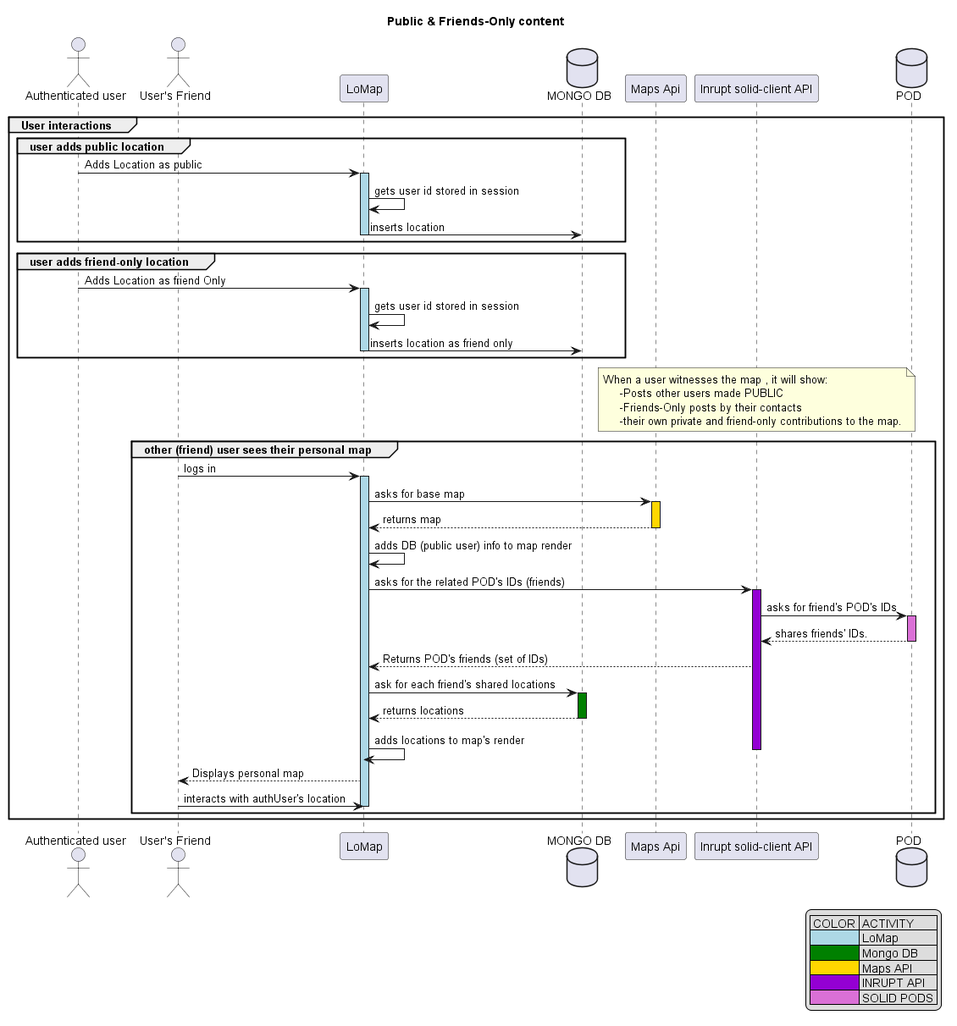
Earlier version of the PlantUML export docs/images/FriendsContent.png (Arquisoft/lomap_en3b). Source of this version:
```plantuml
@startuml
title  Public & Friends-Only content

actor "Authenticated user" as User
actor "User's Friend" as Friend
participant "LoMap"
database "MONGO DB" as db
participant "Maps Api" as maps
participant "Inrupt solid-client API" as InruptApi
database "POD"

group User interactions
group user adds public location
    User-> LoMap: Adds Location as public
    activate LoMap #LightBlue
    LoMap-> LoMap : gets user id stored in session
    LoMap ->db: inserts location
    deactivate LoMap
end
group user adds friend-only location
    User-> LoMap: Adds Location as friend Only
    activate LoMap #LightBlue
    LoMap-> LoMap : gets user id stored in session
    LoMap ->db: inserts location as friend only
    deactivate LoMap
end
note over InruptApi
       When a user witnesses the map , it will show:
            -Posts other users made PUBLIC
            -Friends-Only posts by their contacts
            -their own private and friend-only contributions to the map.
    end note
group other (friend) user sees their personal map

Friend->LoMap: logs in
activate LoMap #LightBlue
LoMap-> maps: asks for base map
activate maps #gold
maps--> LoMap : returns map
deactivate maps
LoMap-> LoMap : adds DB (public user) info to map render
LoMap-> InruptApi : asks for the related POD's IDs (friends)
activate InruptApi#darkviolet
InruptApi-> POD : asks for friend's POD's IDs
activate POD #orchid
POD--> InruptApi : shares friends' IDs.
deactivate POD
InruptApi--> LoMap:Returns POD's friends (set of IDs)
LoMap->db:ask for each friend's shared locations
activate db #green
db-->LoMap: returns locations
deactivate db
LoMap->LoMap: adds locations to map's render
deactivate InruptApi
LoMap --> Friend :Displays personal map
Friend->LoMap:interacts with authUser's location
deactivate LoMap
end
end
legend right
    | COLOR | ACTIVITY |
    |<#LightBlue>| LoMap |
    |<#green>| Mongo DB |
    |<#gold>| Maps API |
    |<#darkviolet>| INRUPT API |
    |<#orchid>| SOLID PODS |
endlegend

@enduml
```
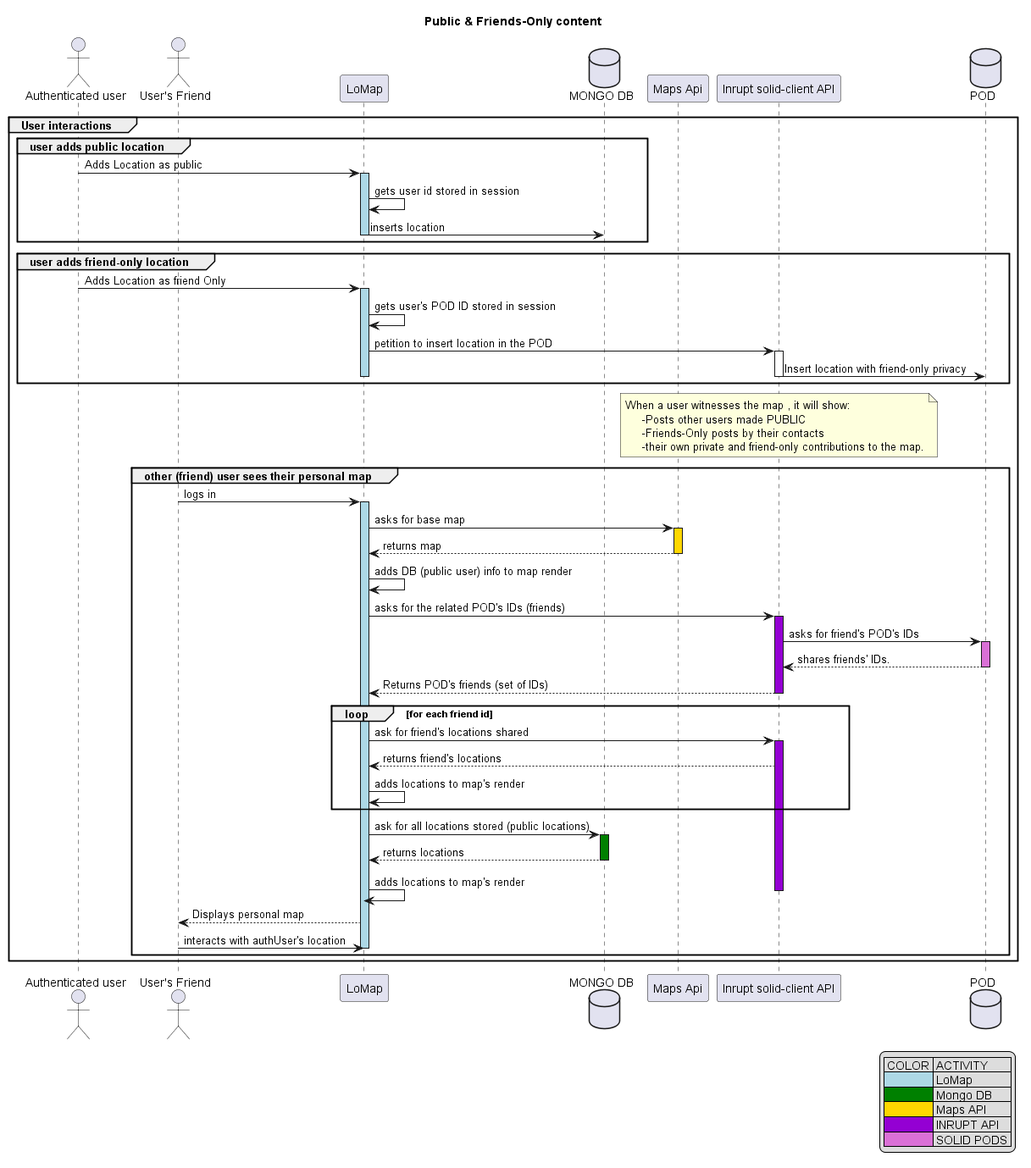
Later version of the same file.

The edit, as a diff of the source:
```diff
@@ -7,7 +7,7 @@
 database "MONGO DB" as db
 participant "Maps Api" as maps
 participant "Inrupt solid-client API" as InruptApi
-database "POD"
+database "POD" as pod
 
 group User interactions
 group user adds public location
@@ -20,9 +20,15 @@
 group user adds friend-only location
     User-> LoMap: Adds Location as friend Only
     activate LoMap #LightBlue
-    LoMap-> LoMap : gets user id stored in session
-    LoMap ->db: inserts location as friend only
+
+    LoMap-> LoMap : gets user's POD ID stored in session
+
+    LoMap -> InruptApi: petition to insert location in the POD
+    activate InruptApi
+    InruptApi -> pod:Insert location with friend-only privacy
+    deactivate InruptApi
     deactivate LoMap
+
 end
 note over InruptApi
        When a user witnesses the map , it will show:
@@ -41,12 +47,20 @@
 LoMap-> LoMap : adds DB (public user) info to map render
 LoMap-> InruptApi : asks for the related POD's IDs (friends)
 activate InruptApi#darkviolet
-InruptApi-> POD : asks for friend's POD's IDs
-activate POD #orchid
-POD--> InruptApi : shares friends' IDs.
-deactivate POD
+InruptApi-> pod : asks for friend's POD's IDs
+activate pod #orchid
+pod--> InruptApi : shares friends' IDs.
+deactivate pod
 InruptApi--> LoMap:Returns POD's friends (set of IDs)
-LoMap->db:ask for each friend's shared locations
+deactivate InruptApi
+loop for each friend id
+
+    LoMap->InruptApi:ask for friend's locations shared
+    activate InruptApi#darkviolet
+    InruptApi-->LoMap: returns friend's locations
+    LoMap->LoMap: adds locations to map's render
+end loop
+LoMap->db:ask for all locations stored (public locations)
 activate db #green
 db-->LoMap: returns locations
 deactivate db
```
